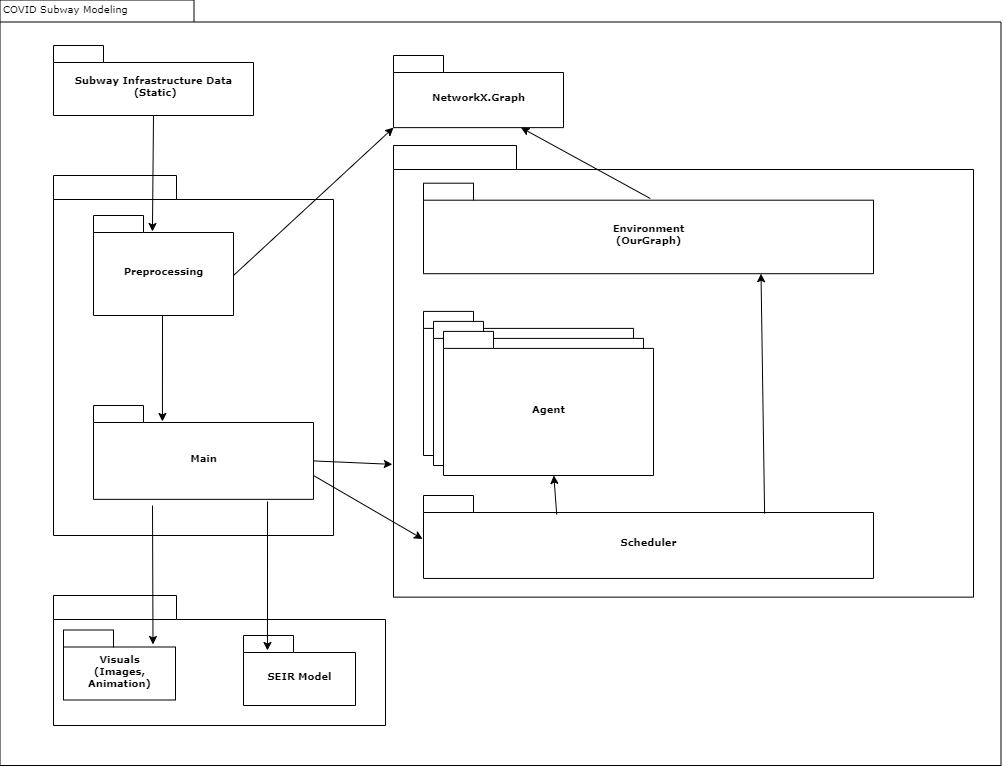
cheung-ho-lum/NS_Epidemics_ABM_Approach keeps this draw.io diagram as Report/Scratch_Visuals/covid_subway.png. Above is the earlier version. Source tidied: cells renumbered, new cells last; positions are measured from the earlier drawing's top-left corner, leaving out a move shared by most shapes. Its diagram source:
```xml
<mxGraphModel background="#ffffff">
  <root>
    <mxCell id="0" />
    <mxCell id="1" parent="0" />
    <mxCell id="2" style="shape=folder;fontStyle=1;spacingTop=10;tabWidth=194;tabHeight=22;tabPosition=left;html=1;rounded=0;shadow=0;comic=0;labelBackgroundColor=none;strokeWidth=1;fillColor=none;fontFamily=Verdana;fontSize=10;align=center;" parent="1" vertex="1">
      <mxGeometry x="0.5" y="0.5" width="1001" height="765.5" as="geometry" />
    </mxCell>
    <mxCell id="3" style="group;" parent="1" vertex="1">
      <mxGeometry x="54" y="176" width="280" height="360" as="geometry" />
    </mxCell>
    <mxCell id="4" style="shape=folder;fontStyle=1;spacingTop=10;tabWidth=123;tabHeight=24;tabPosition=left;html=1;rounded=0;shadow=0;comic=0;labelBackgroundColor=none;strokeWidth=1;fontFamily=Verdana;fontSize=10;align=center;" parent="3" vertex="1">
      <mxGeometry width="280" height="360" as="geometry" />
    </mxCell>
    <mxCell id="5" value="Main" style="shape=folder;fontStyle=1;spacingTop=10;tabWidth=50;tabHeight=17;tabPosition=left;html=1;rounded=0;shadow=0;comic=0;labelBackgroundColor=none;strokeWidth=1;fontFamily=Verdana;fontSize=10;align=center;" parent="3" vertex="1">
      <mxGeometry x="40" y="230" width="220" height="93.8" as="geometry" />
    </mxCell>
    <mxCell id="6" value="Preprocessing" style="shape=folder;fontStyle=1;spacingTop=10;tabWidth=50;tabHeight=17;tabPosition=left;html=1;rounded=0;shadow=0;comic=0;labelBackgroundColor=none;strokeWidth=1;fontFamily=Verdana;fontSize=10;align=center;" parent="3" vertex="1">
      <mxGeometry x="40" y="40" width="140" height="100" as="geometry" />
    </mxCell>
    <mxCell id="7" style="endArrow=classic;html=1;entryX=0.421;entryY=0.16;entryDx=0;entryDy=0;entryPerimeter=0;" parent="3" edge="1">
      <mxGeometry relative="1" as="geometry">
        <mxPoint x="109" y="140" as="sourcePoint" />
        <mxPoint x="108.9" y="246" as="targetPoint" />
      </mxGeometry>
    </mxCell>
    <mxCell id="8" style="endArrow=classic;html=1;entryX=0;entryY=0;entryDx=0;entryDy=72.1311475409836;entryPerimeter=0;" parent="3" edge="1" target="27">
      <mxGeometry relative="1" as="geometry">
        <mxPoint x="180" y="100" as="sourcePoint" />
      </mxGeometry>
    </mxCell>
    <mxCell id="9" style="group;" parent="1" vertex="1">
      <mxGeometry x="404" y="126" width="580" height="610" as="geometry" />
    </mxCell>
    <mxCell id="10" style="group;" parent="9" vertex="1">
      <mxGeometry x="-10" y="20" width="580" height="460" as="geometry" />
    </mxCell>
    <mxCell id="11" style="shape=folder;fontStyle=1;spacingTop=10;tabWidth=123;tabHeight=24;tabPosition=left;html=1;rounded=0;shadow=0;comic=0;labelBackgroundColor=none;strokeWidth=1;fontFamily=Verdana;fontSize=10;align=center;" parent="10" vertex="1">
      <mxGeometry width="580" height="451.6" as="geometry" />
    </mxCell>
    <mxCell id="12" value="Environment&lt;br&gt;(OurGraph)" style="shape=folder;fontStyle=1;spacingTop=10;tabWidth=50;tabHeight=17;tabPosition=left;html=1;rounded=0;shadow=0;comic=0;labelBackgroundColor=none;strokeWidth=1;fontFamily=Verdana;fontSize=10;align=center;" parent="10" vertex="1">
      <mxGeometry x="30" y="37.7" width="450" height="90.5" as="geometry" />
    </mxCell>
    <mxCell id="13" value="Scheduler" style="shape=folder;fontStyle=1;spacingTop=10;tabWidth=50;tabHeight=17;tabPosition=left;html=1;rounded=0;shadow=0;comic=0;labelBackgroundColor=none;strokeWidth=1;fontFamily=Verdana;fontSize=10;align=center;" parent="10" vertex="1">
      <mxGeometry x="30" y="350" width="450" height="83" as="geometry" />
    </mxCell>
    <mxCell id="14" value="Agent" style="shape=folder;fontStyle=1;spacingTop=10;tabWidth=50;tabHeight=17;tabPosition=left;html=1;rounded=0;shadow=0;comic=0;labelBackgroundColor=none;strokeWidth=1;fontFamily=Verdana;fontSize=10;align=center;" parent="10" vertex="1">
      <mxGeometry x="30" y="165.9" width="210" height="144.1" as="geometry" />
    </mxCell>
    <mxCell id="15" style="endArrow=classic;html=1;entryX=0.75;entryY=1;entryDx=0;entryDy=0;entryPerimeter=0;exitX=0.758;exitY=0.217;exitDx=0;exitDy=0;exitPerimeter=0;" parent="10" edge="1" source="13" target="12">
      <mxGeometry relative="1" as="geometry" />
    </mxCell>
    <mxCell id="16" style="shape=folder;fontStyle=1;spacingTop=10;tabWidth=123;tabHeight=24;tabPosition=left;html=1;rounded=0;shadow=0;comic=0;labelBackgroundColor=none;strokeWidth=1;fontFamily=Verdana;fontSize=10;align=center;" parent="1" vertex="1">
      <mxGeometry x="54" y="596" width="332" height="130" as="geometry" />
    </mxCell>
    <mxCell id="17" value="Visuals&lt;br&gt;(Images,&lt;br&gt;Animation)" style="shape=folder;fontStyle=1;spacingTop=10;tabWidth=50;tabHeight=17;tabPosition=left;html=1;rounded=0;shadow=0;comic=0;labelBackgroundColor=none;strokeWidth=1;fontFamily=Verdana;fontSize=10;align=center;" parent="1" vertex="1">
      <mxGeometry x="64" y="630.5" width="112" height="70" as="geometry" />
    </mxCell>
    <mxCell id="18" value="SEIR Model" style="shape=folder;fontStyle=1;spacingTop=10;tabWidth=50;tabHeight=17;tabPosition=left;html=1;rounded=0;shadow=0;comic=0;labelBackgroundColor=none;strokeWidth=1;fontFamily=Verdana;fontSize=10;align=center;" parent="1" vertex="1">
      <mxGeometry x="244" y="636" width="112" height="70" as="geometry" />
    </mxCell>
    <mxCell id="19" value="COVID Subway Modeling" style="text;html=1;align=left;verticalAlign=top;spacingTop=-4;fontSize=10;fontFamily=Verdana;" parent="1" vertex="1">
      <mxGeometry x="1.5" y="0.5" width="130" height="20" as="geometry" />
    </mxCell>
    <mxCell id="20" value="Subway Infrastructure Data&lt;br&gt;&amp;nbsp;(Static)" style="shape=folder;fontStyle=1;spacingTop=10;tabWidth=50;tabHeight=17;tabPosition=left;html=1;rounded=0;shadow=0;comic=0;labelBackgroundColor=none;strokeWidth=1;fontFamily=Verdana;fontSize=10;align=center;" parent="1" vertex="1">
      <mxGeometry x="54" y="46" width="200" height="70" as="geometry" />
    </mxCell>
    <mxCell id="21" style="endArrow=classic;html=1;entryX=0.421;entryY=0.16;entryDx=0;entryDy=0;entryPerimeter=0;exitX=0.5;exitY=1;exitDx=0;exitDy=0;exitPerimeter=0;" parent="1" edge="1" source="20" target="6">
      <mxGeometry relative="1" as="geometry" />
    </mxCell>
    <mxCell id="22" style="endArrow=classic;html=1;exitX=0.791;exitY=1.023;exitDx=0;exitDy=0;exitPerimeter=0;entryX=0.214;entryY=0.214;entryDx=0;entryDy=0;entryPerimeter=0;" parent="1" edge="1" source="5" target="18">
      <mxGeometry relative="1" as="geometry" />
    </mxCell>
    <mxCell id="23" style="endArrow=classic;html=1;entryX=0.214;entryY=0.214;entryDx=0;entryDy=0;entryPerimeter=0;" parent="1" edge="1">
      <mxGeometry relative="1" as="geometry">
        <mxPoint x="153" y="506" as="sourcePoint" />
        <mxPoint x="153.5" y="645" as="targetPoint" />
      </mxGeometry>
    </mxCell>
    <mxCell id="24" style="endArrow=classic;html=1;entryX=-0.002;entryY=0.706;entryDx=0;entryDy=0;entryPerimeter=0;exitX=0;exitY=0;exitDx=220;exitDy=55.425;exitPerimeter=0;" parent="1" edge="1" source="5" target="11">
      <mxGeometry relative="1" as="geometry" />
    </mxCell>
    <mxCell id="25" style="endArrow=classic;html=1;entryX=-0.002;entryY=0.524;entryDx=0;entryDy=0;entryPerimeter=0;exitX=1;exitY=0.746;exitDx=0;exitDy=0;exitPerimeter=0;" parent="1" edge="1" source="5" target="13">
      <mxGeometry relative="1" as="geometry" />
    </mxCell>
    <mxCell id="26" style="group;" parent="1" vertex="1">
      <mxGeometry x="394" y="56" width="170" height="72.1" as="geometry" />
    </mxCell>
    <mxCell id="27" value="NetworkX.Graph" style="shape=folder;fontStyle=1;spacingTop=10;tabWidth=50;tabHeight=17;tabPosition=left;html=1;rounded=0;shadow=0;comic=0;labelBackgroundColor=none;strokeWidth=1;fontFamily=Verdana;fontSize=10;align=center;" parent="26" vertex="1">
      <mxGeometry width="170" height="72.1" as="geometry" />
    </mxCell>
    <mxCell id="28" value="Agent" style="shape=folder;fontStyle=1;spacingTop=10;tabWidth=50;tabHeight=17;tabPosition=left;html=1;rounded=0;shadow=0;comic=0;labelBackgroundColor=none;strokeWidth=1;fontFamily=Verdana;fontSize=10;align=center;" parent="1" vertex="1">
      <mxGeometry x="434" y="321.9" width="210" height="144.1" as="geometry" />
    </mxCell>
    <mxCell id="29" value="Agent" style="shape=folder;fontStyle=1;spacingTop=10;tabWidth=50;tabHeight=17;tabPosition=left;html=1;rounded=0;shadow=0;comic=0;labelBackgroundColor=none;strokeWidth=1;fontFamily=Verdana;fontSize=10;align=center;" parent="1" vertex="1">
      <mxGeometry x="444" y="331.9" width="210" height="144.1" as="geometry" />
    </mxCell>
    <mxCell id="30" style="endArrow=classic;html=1;exitX=0.296;exitY=0.229;exitDx=0;exitDy=0;exitPerimeter=0;" parent="1" edge="1" source="13" target="29">
      <mxGeometry relative="1" as="geometry" />
    </mxCell>
    <mxCell id="31" style="endArrow=classic;html=1;entryX=0.75;entryY=1;entryDx=0;entryDy=0;entryPerimeter=0;exitX=0.504;exitY=0.169;exitDx=0;exitDy=0;exitPerimeter=0;" parent="1" edge="1" source="12" target="27">
      <mxGeometry relative="1" as="geometry" />
    </mxCell>
  </root>
</mxGraphModel>
```
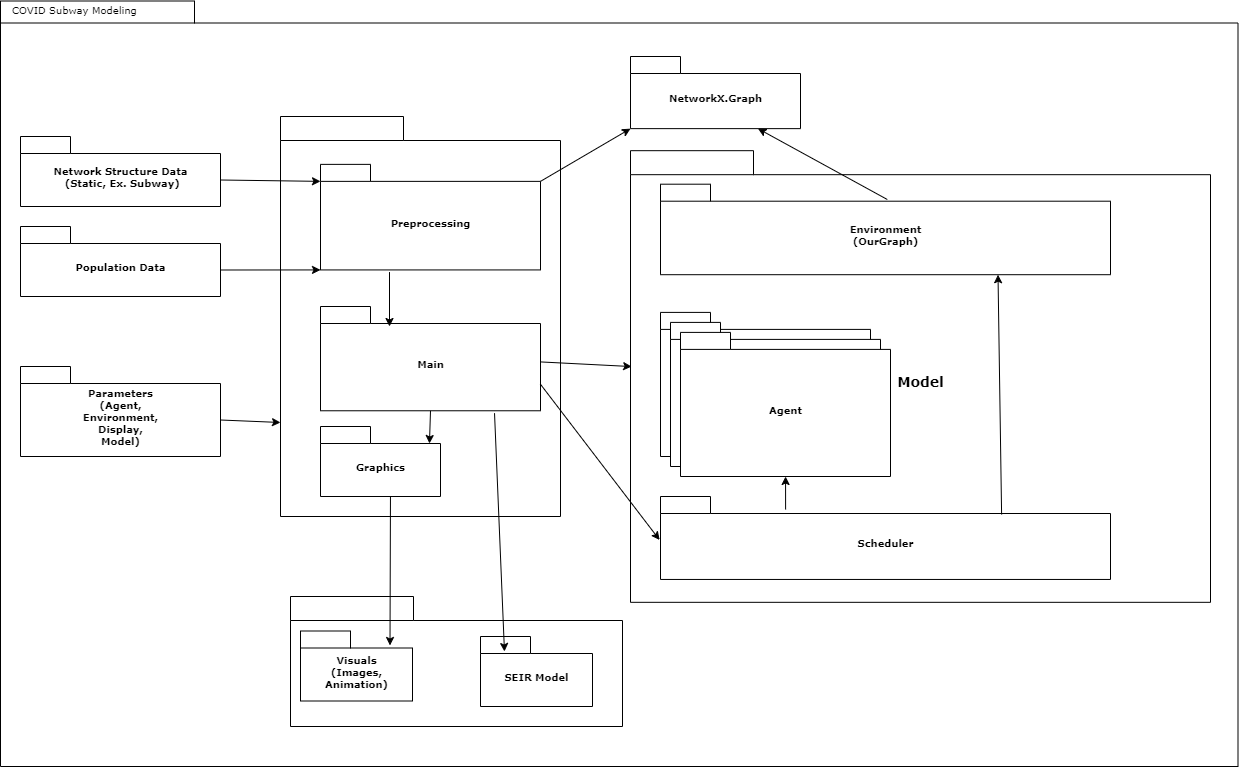
After the commit.

The edit, as a diff of the source:
```diff
@@ -3,39 +3,40 @@
     <mxCell id="0" />
     <mxCell id="1" parent="0" />
     <mxCell id="2" style="shape=folder;fontStyle=1;spacingTop=10;tabWidth=194;tabHeight=22;tabPosition=left;html=1;rounded=0;shadow=0;comic=0;labelBackgroundColor=none;strokeWidth=1;fillColor=none;fontFamily=Verdana;fontSize=10;align=center;" parent="1" vertex="1">
-      <mxGeometry x="0.5" y="0.5" width="1001" height="765.5" as="geometry" />
+      <mxGeometry x="-236" y="0.5" width="1237.5" height="765.5" as="geometry" />
     </mxCell>
     <mxCell id="3" style="group;" parent="1" vertex="1">
-      <mxGeometry x="54" y="176" width="280" height="360" as="geometry" />
+      <mxGeometry x="44" y="116" width="280" height="400" as="geometry" />
     </mxCell>
     <mxCell id="4" style="shape=folder;fontStyle=1;spacingTop=10;tabWidth=123;tabHeight=24;tabPosition=left;html=1;rounded=0;shadow=0;comic=0;labelBackgroundColor=none;strokeWidth=1;fontFamily=Verdana;fontSize=10;align=center;" parent="3" vertex="1">
-      <mxGeometry width="280" height="360" as="geometry" />
+      <mxGeometry width="280" height="400" as="geometry" />
     </mxCell>
     <mxCell id="5" value="Main" style="shape=folder;fontStyle=1;spacingTop=10;tabWidth=50;tabHeight=17;tabPosition=left;html=1;rounded=0;shadow=0;comic=0;labelBackgroundColor=none;strokeWidth=1;fontFamily=Verdana;fontSize=10;align=center;" parent="3" vertex="1">
-      <mxGeometry x="40" y="230" width="220" height="93.8" as="geometry" />
+      <mxGeometry x="40" y="190" width="220" height="104.3" as="geometry" />
     </mxCell>
     <mxCell id="6" value="Preprocessing" style="shape=folder;fontStyle=1;spacingTop=10;tabWidth=50;tabHeight=17;tabPosition=left;html=1;rounded=0;shadow=0;comic=0;labelBackgroundColor=none;strokeWidth=1;fontFamily=Verdana;fontSize=10;align=center;" parent="3" vertex="1">
-      <mxGeometry x="40" y="40" width="140" height="100" as="geometry" />
+      <mxGeometry x="40" y="47.9" width="220" height="105.6" as="geometry" />
     </mxCell>
-    <mxCell id="7" style="endArrow=classic;html=1;entryX=0.421;entryY=0.16;entryDx=0;entryDy=0;entryPerimeter=0;" parent="3" edge="1">
+    <mxCell id="7" style="endArrow=classic;html=1;" parent="3" edge="1">
       <mxGeometry relative="1" as="geometry">
-        <mxPoint x="109" y="140" as="sourcePoint" />
-        <mxPoint x="108.9" y="246" as="targetPoint" />
+        <mxPoint x="109" y="155.6" as="sourcePoint" />
+        <mxPoint x="109" y="210" as="targetPoint" />
       </mxGeometry>
     </mxCell>
-    <mxCell id="8" style="endArrow=classic;html=1;entryX=0;entryY=0;entryDx=0;entryDy=72.1311475409836;entryPerimeter=0;" parent="3" edge="1" target="27">
-      <mxGeometry relative="1" as="geometry">
-        <mxPoint x="180" y="100" as="sourcePoint" />
-      </mxGeometry>
-    </mxCell>
+    <mxCell id="32" value="Graphics" style="shape=folder;fontStyle=1;spacingTop=10;tabWidth=50;tabHeight=17;tabPosition=left;html=1;rounded=0;shadow=0;comic=0;labelBackgroundColor=none;strokeWidth=1;fontFamily=Verdana;fontSize=10;align=center;" parent="3" vertex="1">
+      <mxGeometry x="40" y="310" width="120" height="70" as="geometry" />
+    </mxCell>
+    <mxCell id="33" style="endArrow=classic;html=1;entryX=0.908;entryY=0.243;entryDx=0;entryDy=0;entryPerimeter=0;exitX=0.5;exitY=1;exitDx=0;exitDy=0;exitPerimeter=0;" parent="3" edge="1" source="5" target="32">
+      <mxGeometry relative="1" as="geometry" />
+    </mxCell>
     <mxCell id="9" style="group;" parent="1" vertex="1">
       <mxGeometry x="404" y="126" width="580" height="610" as="geometry" />
     </mxCell>
     <mxCell id="10" style="group;" parent="9" vertex="1">
       <mxGeometry x="-10" y="20" width="580" height="460" as="geometry" />
     </mxCell>
-    <mxCell id="11" style="shape=folder;fontStyle=1;spacingTop=10;tabWidth=123;tabHeight=24;tabPosition=left;html=1;rounded=0;shadow=0;comic=0;labelBackgroundColor=none;strokeWidth=1;fontFamily=Verdana;fontSize=10;align=center;" parent="10" vertex="1">
-      <mxGeometry width="580" height="451.6" as="geometry" />
+    <mxCell id="11" value="&lt;font style=&quot;font-size: 14px&quot;&gt;Model&lt;/font&gt;" style="shape=folder;fontStyle=1;spacingTop=10;tabWidth=123;tabHeight=24;tabPosition=left;html=1;rounded=0;shadow=0;comic=0;labelBackgroundColor=none;strokeWidth=1;fontFamily=Verdana;fontSize=10;align=center;" parent="10" vertex="1">
+      <mxGeometry y="4.2" width="580" height="451.6" as="geometry" />
     </mxCell>
     <mxCell id="12" value="Environment&lt;br&gt;(OurGraph)" style="shape=folder;fontStyle=1;spacingTop=10;tabWidth=50;tabHeight=17;tabPosition=left;html=1;rounded=0;shadow=0;comic=0;labelBackgroundColor=none;strokeWidth=1;fontFamily=Verdana;fontSize=10;align=center;" parent="10" vertex="1">
       <mxGeometry x="30" y="37.7" width="450" height="90.5" as="geometry" />
@@ -59,24 +60,23 @@
       <mxGeometry x="244" y="636" width="112" height="70" as="geometry" />
     </mxCell>
     <mxCell id="19" value="COVID Subway Modeling" style="text;html=1;align=left;verticalAlign=top;spacingTop=-4;fontSize=10;fontFamily=Verdana;" parent="1" vertex="1">
-      <mxGeometry x="1.5" y="0.5" width="130" height="20" as="geometry" />
+      <mxGeometry x="-226" y="0.5" width="130" height="20" as="geometry" />
     </mxCell>
-    <mxCell id="20" value="Subway Infrastructure Data&lt;br&gt;&amp;nbsp;(Static)" style="shape=folder;fontStyle=1;spacingTop=10;tabWidth=50;tabHeight=17;tabPosition=left;html=1;rounded=0;shadow=0;comic=0;labelBackgroundColor=none;strokeWidth=1;fontFamily=Verdana;fontSize=10;align=center;" parent="1" vertex="1">
-      <mxGeometry x="54" y="46" width="200" height="70" as="geometry" />
+    <mxCell id="20" value="Network Structure Data&lt;br&gt;&amp;nbsp;(Static, Ex. Subway)" style="shape=folder;fontStyle=1;spacingTop=10;tabWidth=50;tabHeight=17;tabPosition=left;html=1;rounded=0;shadow=0;comic=0;labelBackgroundColor=none;strokeWidth=1;fontFamily=Verdana;fontSize=10;align=center;" parent="1" vertex="1">
+      <mxGeometry x="-216" y="136" width="200" height="70" as="geometry" />
     </mxCell>
-    <mxCell id="21" style="endArrow=classic;html=1;entryX=0.421;entryY=0.16;entryDx=0;entryDy=0;entryPerimeter=0;exitX=0.5;exitY=1;exitDx=0;exitDy=0;exitPerimeter=0;" parent="1" edge="1" source="20" target="6">
+    <mxCell id="21" style="endArrow=classic;html=1;entryX=0;entryY=0;entryDx=0;entryDy=17;entryPerimeter=0;exitX=0;exitY=0;exitDx=200;exitDy=43.5;exitPerimeter=0;" parent="1" edge="1" source="20" target="6">
       <mxGeometry relative="1" as="geometry" />
     </mxCell>
     <mxCell id="22" style="endArrow=classic;html=1;exitX=0.791;exitY=1.023;exitDx=0;exitDy=0;exitPerimeter=0;entryX=0.214;entryY=0.214;entryDx=0;entryDy=0;entryPerimeter=0;" parent="1" edge="1" source="5" target="18">
       <mxGeometry relative="1" as="geometry" />
     </mxCell>
-    <mxCell id="23" style="endArrow=classic;html=1;entryX=0.214;entryY=0.214;entryDx=0;entryDy=0;entryPerimeter=0;" parent="1" edge="1">
+    <mxCell id="23" style="endArrow=classic;html=1;entryX=0.214;entryY=0.214;entryDx=0;entryDy=0;entryPerimeter=0;exitX=0.583;exitY=1;exitDx=0;exitDy=0;exitPerimeter=0;" parent="1" edge="1" source="32">
       <mxGeometry relative="1" as="geometry">
-        <mxPoint x="153" y="506" as="sourcePoint" />
         <mxPoint x="153.5" y="645" as="targetPoint" />
       </mxGeometry>
     </mxCell>
-    <mxCell id="24" style="endArrow=classic;html=1;entryX=-0.002;entryY=0.706;entryDx=0;entryDy=0;entryPerimeter=0;exitX=0;exitY=0;exitDx=220;exitDy=55.425;exitPerimeter=0;" parent="1" edge="1" source="5" target="11">
+    <mxCell id="24" style="endArrow=classic;html=1;entryX=0.002;entryY=0.478;entryDx=0;entryDy=0;entryPerimeter=0;exitX=0;exitY=0;exitDx=220;exitDy=55.425;exitPerimeter=0;" parent="1" edge="1" source="5" target="11">
       <mxGeometry relative="1" as="geometry" />
     </mxCell>
     <mxCell id="25" style="endArrow=classic;html=1;entryX=-0.002;entryY=0.524;entryDx=0;entryDy=0;entryPerimeter=0;exitX=1;exitY=0.746;exitDx=0;exitDy=0;exitPerimeter=0;" parent="1" edge="1" source="5" target="13">
@@ -94,11 +94,26 @@
     <mxCell id="29" value="Agent" style="shape=folder;fontStyle=1;spacingTop=10;tabWidth=50;tabHeight=17;tabPosition=left;html=1;rounded=0;shadow=0;comic=0;labelBackgroundColor=none;strokeWidth=1;fontFamily=Verdana;fontSize=10;align=center;" parent="1" vertex="1">
       <mxGeometry x="444" y="331.9" width="210" height="144.1" as="geometry" />
     </mxCell>
-    <mxCell id="30" style="endArrow=classic;html=1;exitX=0.296;exitY=0.229;exitDx=0;exitDy=0;exitPerimeter=0;" parent="1" edge="1" source="13" target="29">
+    <mxCell id="30" style="endArrow=classic;html=1;exitX=0.278;exitY=0.157;exitDx=0;exitDy=0;exitPerimeter=0;" parent="1" edge="1" source="13" target="29">
       <mxGeometry relative="1" as="geometry" />
     </mxCell>
     <mxCell id="31" style="endArrow=classic;html=1;entryX=0.75;entryY=1;entryDx=0;entryDy=0;entryPerimeter=0;exitX=0.504;exitY=0.169;exitDx=0;exitDy=0;exitPerimeter=0;" parent="1" edge="1" source="12" target="27">
       <mxGeometry relative="1" as="geometry" />
     </mxCell>
+    <mxCell id="34" value="Population Data" style="shape=folder;fontStyle=1;spacingTop=10;tabWidth=50;tabHeight=17;tabPosition=left;html=1;rounded=0;shadow=0;comic=0;labelBackgroundColor=none;strokeWidth=1;fontFamily=Verdana;fontSize=10;align=center;" parent="1" vertex="1">
+      <mxGeometry x="-216" y="226" width="200" height="70" as="geometry" />
+    </mxCell>
+    <mxCell id="35" value="Parameters&lt;br&gt;(Agent,&lt;br&gt;Environment,&lt;br&gt;Display,&lt;br&gt;Model)" style="shape=folder;fontStyle=1;spacingTop=10;tabWidth=50;tabHeight=17;tabPosition=left;html=1;rounded=0;shadow=0;comic=0;labelBackgroundColor=none;strokeWidth=1;fontFamily=Verdana;fontSize=10;align=center;" parent="1" vertex="1">
+      <mxGeometry x="-216" y="366" width="200" height="90" as="geometry" />
+    </mxCell>
+    <mxCell id="36" style="endArrow=classic;html=1;entryX=0;entryY=0;entryDx=0;entryDy=105.56;entryPerimeter=0;exitX=0;exitY=0;exitDx=200;exitDy=43.5;exitPerimeter=0;" parent="1" edge="1" source="34" target="6">
+      <mxGeometry relative="1" as="geometry" />
+    </mxCell>
+    <mxCell id="37" style="endArrow=classic;html=1;entryX=0;entryY=0;entryDx=0;entryDy=306;entryPerimeter=0;exitX=0;exitY=0;exitDx=200;exitDy=53.5;exitPerimeter=0;" parent="1" edge="1" source="35" target="4">
+      <mxGeometry relative="1" as="geometry" />
+    </mxCell>
+    <mxCell id="8" style="endArrow=classic;html=1;entryX=0;entryY=0;entryDx=0;entryDy=72.1311475409836;entryPerimeter=0;exitX=0;exitY=0;exitDx=220;exitDy=17;exitPerimeter=0;" parent="1" edge="1" source="6" target="27">
+      <mxGeometry relative="1" as="geometry" />
+    </mxCell>
   </root>
 </mxGraphModel>
```
